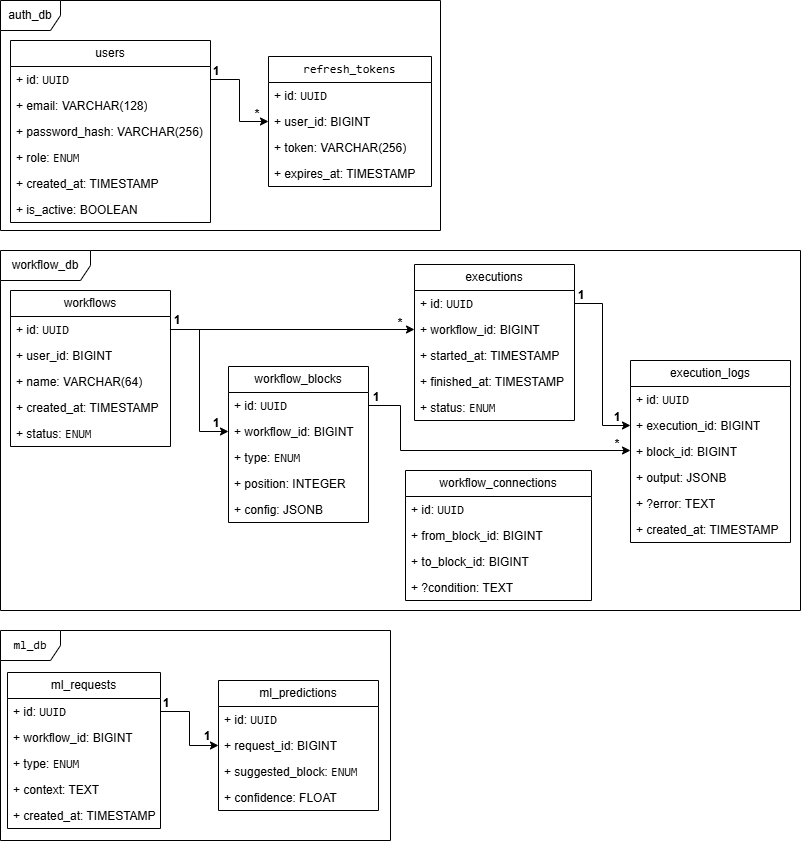
Before: docs/ER_диаграмма.png, a diagram exported from draw.io (Michail19/FlowAct). Source tidied: cells renumbered, new cells last; positions are measured from the earlier drawing's top-left corner, leaving out a move shared by most shapes.
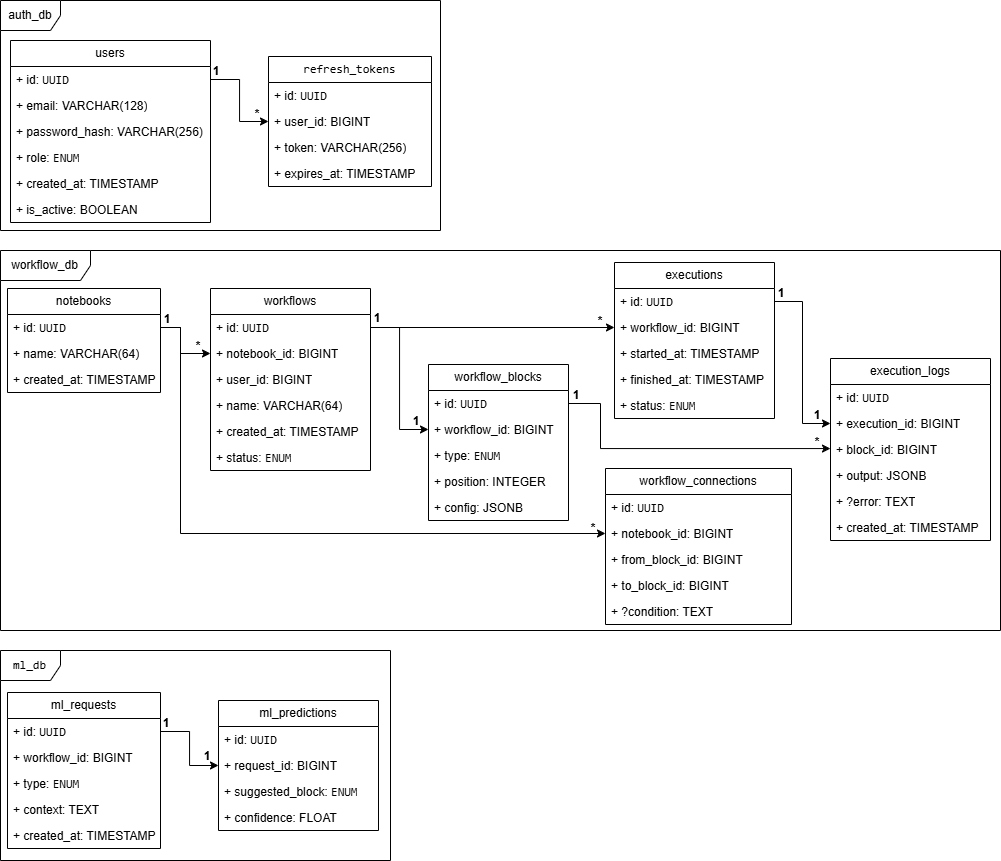
After the commit.

Change to the diagram source:
```diff
@@ -3,31 +3,34 @@
     <mxCell id="0" />
     <mxCell id="1" parent="0" />
     <mxCell id="2" value="auth_db" style="shape=umlFrame;whiteSpace=wrap;html=1;" parent="1" vertex="1">
-      <mxGeometry width="440" height="230" as="geometry" />
+      <mxGeometry x="-200" y="2" width="440" height="230" as="geometry" />
     </mxCell>
     <mxCell id="3" value="workflow_db" style="shape=umlFrame;whiteSpace=wrap;html=1;width=90;height=30;" parent="1" vertex="1">
-      <mxGeometry y="250" width="800" height="360" as="geometry" />
+      <mxGeometry x="-200" y="252" width="1000" height="380" as="geometry" />
     </mxCell>
     <mxCell id="4" value="workflows" style="swimlane;fontStyle=0;horizontal=1;startSize=26;fillColor=none;whiteSpace=wrap;html=1;" parent="1" vertex="1">
-      <mxGeometry x="10" y="290" width="160" height="156" as="geometry" />
+      <mxGeometry x="10" y="290" width="160" height="182" as="geometry" />
     </mxCell>
     <mxCell id="5" value="+ id:&amp;nbsp;&lt;code&gt;UUID&lt;/code&gt;" style="text;strokeColor=none;fillColor=none;align=left;verticalAlign=top;spacingLeft=4;spacingRight=4;overflow=hidden;points=[[0,0.5],[1,0.5]];portConstraint=eastwest;whiteSpace=wrap;html=1;" parent="4" vertex="1">
       <mxGeometry y="26" width="160" height="26" as="geometry" />
     </mxCell>
+    <mxCell id="75" value="+&amp;nbsp;&lt;span style=&quot;text-align: center;&quot;&gt;notebook_id&lt;/span&gt;: BIGINT" style="text;strokeColor=none;fillColor=none;align=left;verticalAlign=top;spacingLeft=4;spacingRight=4;overflow=hidden;points=[[0,0.5],[1,0.5]];portConstraint=eastwest;whiteSpace=wrap;html=1;" parent="4" vertex="1">
+      <mxGeometry y="52" width="160" height="26" as="geometry" />
+    </mxCell>
     <mxCell id="6" value="+ user_id: BIGINT" style="text;strokeColor=none;fillColor=none;align=left;verticalAlign=top;spacingLeft=4;spacingRight=4;overflow=hidden;whiteSpace=wrap;html=1;" parent="4" vertex="1">
-      <mxGeometry y="52" width="160" height="26" as="geometry" />
+      <mxGeometry y="78" width="160" height="26" as="geometry" />
     </mxCell>
     <mxCell id="7" value="+ name: VARCHAR(64)" style="text;strokeColor=none;fillColor=none;align=left;verticalAlign=top;spacingLeft=4;spacingRight=4;overflow=hidden;whiteSpace=wrap;html=1;" parent="4" vertex="1">
-      <mxGeometry y="78" width="160" height="26" as="geometry" />
+      <mxGeometry y="104" width="160" height="26" as="geometry" />
     </mxCell>
     <mxCell id="8" value="+ created_at: TIMESTAMP " style="text;strokeColor=none;fillColor=none;align=left;verticalAlign=top;spacingLeft=4;spacingRight=4;overflow=hidden;whiteSpace=wrap;html=1;" parent="4" vertex="1">
-      <mxGeometry y="104" width="160" height="26" as="geometry" />
+      <mxGeometry y="130" width="160" height="26" as="geometry" />
     </mxCell>
     <mxCell id="9" value="+ status:&amp;nbsp;&lt;span style=&quot;font-family: monospace;&quot;&gt;ENUM&lt;/span&gt;" style="text;strokeColor=none;fillColor=none;align=left;verticalAlign=top;spacingLeft=4;spacingRight=4;overflow=hidden;whiteSpace=wrap;html=1;" parent="4" vertex="1">
-      <mxGeometry y="130" width="160" height="26" as="geometry" />
+      <mxGeometry y="156" width="160" height="26" as="geometry" />
     </mxCell>
     <mxCell id="10" value="users" style="swimlane;fontStyle=0;horizontal=1;startSize=26;fillColor=none;whiteSpace=wrap;html=1;" parent="1" vertex="1">
-      <mxGeometry x="10" y="40" width="200" height="182" as="geometry" />
+      <mxGeometry x="-190" y="42" width="200" height="182" as="geometry" />
     </mxCell>
     <mxCell id="11" value="+ id:&amp;nbsp;&lt;code&gt;UUID&lt;/code&gt;" style="text;strokeColor=none;fillColor=none;align=left;verticalAlign=top;spacingLeft=4;spacingRight=4;overflow=hidden;points=[[0,0.5],[1,0.5]];portConstraint=eastwest;whiteSpace=wrap;html=1;" parent="10" vertex="1">
       <mxGeometry y="26" width="200" height="26" as="geometry" />
@@ -48,7 +51,7 @@
       <mxGeometry y="156" width="200" height="26" as="geometry" />
     </mxCell>
     <mxCell id="17" value="&lt;code&gt;refresh_tokens&lt;/code&gt;" style="swimlane;fontStyle=0;horizontal=1;startSize=26;fillColor=none;whiteSpace=wrap;html=1;" parent="1" vertex="1">
-      <mxGeometry x="268" y="56" width="163" height="130" as="geometry" />
+      <mxGeometry x="68" y="58" width="163" height="130" as="geometry" />
     </mxCell>
     <mxCell id="18" value="+ id:&amp;nbsp;&lt;code&gt;UUID&lt;/code&gt;" style="text;strokeColor=none;fillColor=none;align=left;verticalAlign=top;spacingLeft=4;spacingRight=4;overflow=hidden;whiteSpace=wrap;html=1;" parent="17" vertex="1">
       <mxGeometry y="26" width="163" height="26" as="geometry" />
@@ -66,10 +69,10 @@
       <mxGeometry relative="1" as="geometry" />
     </mxCell>
     <mxCell id="23" value="&lt;b&gt;1&lt;/b&gt;" style="text;html=1;whiteSpace=wrap;strokeColor=none;fillColor=none;align=center;verticalAlign=middle;rounded=0;" parent="1" vertex="1">
-      <mxGeometry x="206" y="61" width="20" height="20" as="geometry" />
+      <mxGeometry x="6" y="63" width="20" height="20" as="geometry" />
     </mxCell>
     <mxCell id="24" value="&lt;b&gt;*&lt;/b&gt;" style="text;html=1;whiteSpace=wrap;strokeColor=none;fillColor=none;align=center;verticalAlign=middle;rounded=0;" parent="1" vertex="1">
-      <mxGeometry x="247" y="104" width="20" height="20" as="geometry" />
+      <mxGeometry x="47" y="106" width="20" height="20" as="geometry" />
     </mxCell>
     <mxCell id="25" value="workflow_blocks" style="swimlane;fontStyle=0;horizontal=1;startSize=26;fillColor=none;whiteSpace=wrap;html=1;" parent="1" vertex="1">
       <mxGeometry x="228" y="366" width="140" height="156" as="geometry" />
@@ -90,19 +93,22 @@
       <mxGeometry y="130" width="140" height="26" as="geometry" />
     </mxCell>
     <mxCell id="31" value="workflow_connections" style="swimlane;fontStyle=0;horizontal=1;startSize=26;fillColor=none;whiteSpace=wrap;html=1;" parent="1" vertex="1">
-      <mxGeometry x="405" y="470" width="186" height="130" as="geometry" />
+      <mxGeometry x="405" y="470" width="186" height="156" as="geometry" />
     </mxCell>
     <mxCell id="32" value="+ id:&amp;nbsp;&lt;code&gt;UUID&lt;/code&gt;" style="text;strokeColor=none;fillColor=none;align=left;verticalAlign=top;spacingLeft=4;spacingRight=4;overflow=hidden;whiteSpace=wrap;html=1;" parent="31" vertex="1">
       <mxGeometry y="26" width="186" height="26" as="geometry" />
     </mxCell>
+    <mxCell id="76" value="+&amp;nbsp;&lt;span style=&quot;text-align: center;&quot;&gt;notebook_id&lt;/span&gt;: BIGINT" style="text;strokeColor=none;fillColor=none;align=left;verticalAlign=top;spacingLeft=4;spacingRight=4;overflow=hidden;points=[[0,0.5],[1,0.5]];portConstraint=eastwest;whiteSpace=wrap;html=1;" parent="31" vertex="1">
+      <mxGeometry y="52" width="186" height="26" as="geometry" />
+    </mxCell>
     <mxCell id="33" value="+ from_block_id: BIGINT" style="text;strokeColor=none;fillColor=none;align=left;verticalAlign=top;spacingLeft=4;spacingRight=4;overflow=hidden;whiteSpace=wrap;html=1;" parent="31" vertex="1">
-      <mxGeometry y="52" width="186" height="26" as="geometry" />
+      <mxGeometry y="78" width="186" height="26" as="geometry" />
     </mxCell>
     <mxCell id="34" value="+ to_block_id: BIGINT" style="text;strokeColor=none;fillColor=none;align=left;verticalAlign=top;spacingLeft=4;spacingRight=4;overflow=hidden;whiteSpace=wrap;html=1;" parent="31" vertex="1">
-      <mxGeometry y="78" width="186" height="26" as="geometry" />
+      <mxGeometry y="104" width="186" height="26" as="geometry" />
     </mxCell>
     <mxCell id="35" value="+ ?condition: TEXT" style="text;strokeColor=none;fillColor=none;align=left;verticalAlign=top;spacingLeft=4;spacingRight=4;overflow=hidden;whiteSpace=wrap;html=1;" parent="31" vertex="1">
-      <mxGeometry y="104" width="186" height="26" as="geometry" />
+      <mxGeometry y="130" width="186" height="26" as="geometry" />
     </mxCell>
     <mxCell id="36" value="executions" style="swimlane;fontStyle=0;horizontal=1;startSize=26;fillColor=none;whiteSpace=wrap;html=1;" parent="1" vertex="1">
       <mxGeometry x="414" y="264" width="160" height="156" as="geometry" />
@@ -144,10 +150,10 @@
       <mxGeometry y="156" width="160" height="26" as="geometry" />
     </mxCell>
     <mxCell id="49" value="&lt;code&gt;ml_db&lt;/code&gt;" style="shape=umlFrame;whiteSpace=wrap;html=1;" parent="1" vertex="1">
-      <mxGeometry y="630" width="390" height="210" as="geometry" />
+      <mxGeometry x="-200" y="652" width="390" height="210" as="geometry" />
     </mxCell>
     <mxCell id="50" value="ml_requests" style="swimlane;fontStyle=0;horizontal=1;startSize=26;fillColor=none;whiteSpace=wrap;html=1;" parent="1" vertex="1">
-      <mxGeometry x="7" y="672" width="153" height="156" as="geometry" />
+      <mxGeometry x="-193" y="694" width="153" height="156" as="geometry" />
     </mxCell>
     <mxCell id="51" value="+ id:&amp;nbsp;&lt;code&gt;UUID&lt;/code&gt;" style="text;strokeColor=none;fillColor=none;align=left;verticalAlign=top;spacingLeft=4;spacingRight=4;overflow=hidden;points=[[0,0.5],[1,0.5]];portConstraint=eastwest;whiteSpace=wrap;html=1;" parent="50" vertex="1">
       <mxGeometry y="26" width="153" height="26" as="geometry" />
@@ -165,7 +171,7 @@
       <mxGeometry y="130" width="153" height="26" as="geometry" />
     </mxCell>
     <mxCell id="56" value="ml_predictions" style="swimlane;fontStyle=0;horizontal=1;startSize=26;fillColor=none;whiteSpace=wrap;html=1;" parent="1" vertex="1">
-      <mxGeometry x="218" y="680" width="160" height="130" as="geometry" />
+      <mxGeometry x="18" y="702" width="160" height="130" as="geometry" />
     </mxCell>
     <mxCell id="57" value="+ id:&amp;nbsp;&lt;code&gt;UUID&lt;/code&gt;" style="text;strokeColor=none;fillColor=none;align=left;verticalAlign=top;spacingLeft=4;spacingRight=4;overflow=hidden;whiteSpace=wrap;html=1;" parent="56" vertex="1">
       <mxGeometry y="26" width="160" height="26" as="geometry" />
@@ -183,10 +189,10 @@
       <mxGeometry relative="1" as="geometry" />
     </mxCell>
     <mxCell id="62" value="&lt;b&gt;1&lt;/b&gt;" style="text;html=1;whiteSpace=wrap;strokeColor=none;fillColor=none;align=center;verticalAlign=middle;rounded=0;" parent="1" vertex="1">
-      <mxGeometry x="156" y="693" width="20" height="20" as="geometry" />
+      <mxGeometry x="-44" y="715" width="20" height="20" as="geometry" />
     </mxCell>
     <mxCell id="63" value="&lt;b&gt;1&lt;/b&gt;" style="text;html=1;whiteSpace=wrap;strokeColor=none;fillColor=none;align=center;verticalAlign=middle;rounded=0;" parent="1" vertex="1">
-      <mxGeometry x="197" y="726" width="20" height="20" as="geometry" />
+      <mxGeometry x="-3" y="748" width="20" height="20" as="geometry" />
     </mxCell>
     <mxCell id="64" style="edgeStyle=orthogonalEdgeStyle;rounded=0;jettySize=auto;html=1;" parent="1" edge="1" source="5" target="27">
       <mxGeometry relative="1" as="geometry" />
@@ -226,5 +232,42 @@
     <mxCell id="74" value="&lt;b&gt;*&lt;/b&gt;" style="text;html=1;whiteSpace=wrap;strokeColor=none;fillColor=none;align=center;verticalAlign=middle;rounded=0;" parent="1" vertex="1">
       <mxGeometry x="607" y="434" width="20" height="20" as="geometry" />
     </mxCell>
+    <mxCell id="77" value="notebooks" style="swimlane;fontStyle=0;horizontal=1;startSize=26;fillColor=none;whiteSpace=wrap;html=1;" parent="1" vertex="1">
+      <mxGeometry x="-193" y="290" width="153" height="104" as="geometry" />
+    </mxCell>
+    <mxCell id="78" value="+ id:&amp;nbsp;&lt;code&gt;UUID&lt;/code&gt;" style="text;strokeColor=none;fillColor=none;align=left;verticalAlign=top;spacingLeft=4;spacingRight=4;overflow=hidden;points=[[0,0.5],[1,0.5]];portConstraint=eastwest;whiteSpace=wrap;html=1;" parent="77" vertex="1">
+      <mxGeometry y="26" width="153" height="26" as="geometry" />
+    </mxCell>
+    <mxCell id="79" value="+ name: VARCHAR(64)" style="text;strokeColor=none;fillColor=none;align=left;verticalAlign=top;spacingLeft=4;spacingRight=4;overflow=hidden;whiteSpace=wrap;html=1;" parent="77" vertex="1">
+      <mxGeometry y="52" width="153" height="26" as="geometry" />
+    </mxCell>
+    <mxCell id="80" value="+ created_at: TIMESTAMP" style="text;strokeColor=none;fillColor=none;align=left;verticalAlign=top;spacingLeft=4;spacingRight=4;overflow=hidden;whiteSpace=wrap;html=1;" parent="77" vertex="1">
+      <mxGeometry y="78" width="153" height="26" as="geometry" />
+    </mxCell>
+    <mxCell id="81" style="edgeStyle=orthogonalEdgeStyle;rounded=0;jettySize=auto;html=1;" parent="1" edge="1" source="78" target="75">
+      <mxGeometry relative="1" as="geometry">
+        <Array as="points">
+          <mxPoint x="-20" y="329" />
+          <mxPoint x="-20" y="355" />
+        </Array>
+      </mxGeometry>
+    </mxCell>
+    <mxCell id="82" value="&lt;b&gt;1&lt;/b&gt;" style="text;html=1;whiteSpace=wrap;strokeColor=none;fillColor=none;align=center;verticalAlign=middle;rounded=0;" parent="1" vertex="1">
+      <mxGeometry x="-43" y="311" width="20" height="20" as="geometry" />
+    </mxCell>
+    <mxCell id="83" value="&lt;b&gt;*&lt;/b&gt;" style="text;html=1;whiteSpace=wrap;strokeColor=none;fillColor=none;align=center;verticalAlign=middle;rounded=0;" parent="1" vertex="1">
+      <mxGeometry x="-12" y="338" width="20" height="20" as="geometry" />
+    </mxCell>
+    <mxCell id="84" style="edgeStyle=orthogonalEdgeStyle;rounded=0;jettySize=auto;html=1;" parent="1" edge="1" source="78" target="76">
+      <mxGeometry relative="1" as="geometry">
+        <Array as="points">
+          <mxPoint x="-20" y="329" />
+          <mxPoint x="-20" y="535" />
+        </Array>
+      </mxGeometry>
+    </mxCell>
+    <mxCell id="85" value="&lt;b&gt;*&lt;/b&gt;" style="text;html=1;whiteSpace=wrap;strokeColor=none;fillColor=none;align=center;verticalAlign=middle;rounded=0;" parent="1" vertex="1">
+      <mxGeometry x="383" y="520" width="20" height="20" as="geometry" />
+    </mxCell>
   </root>
 </mxGraphModel>
```
